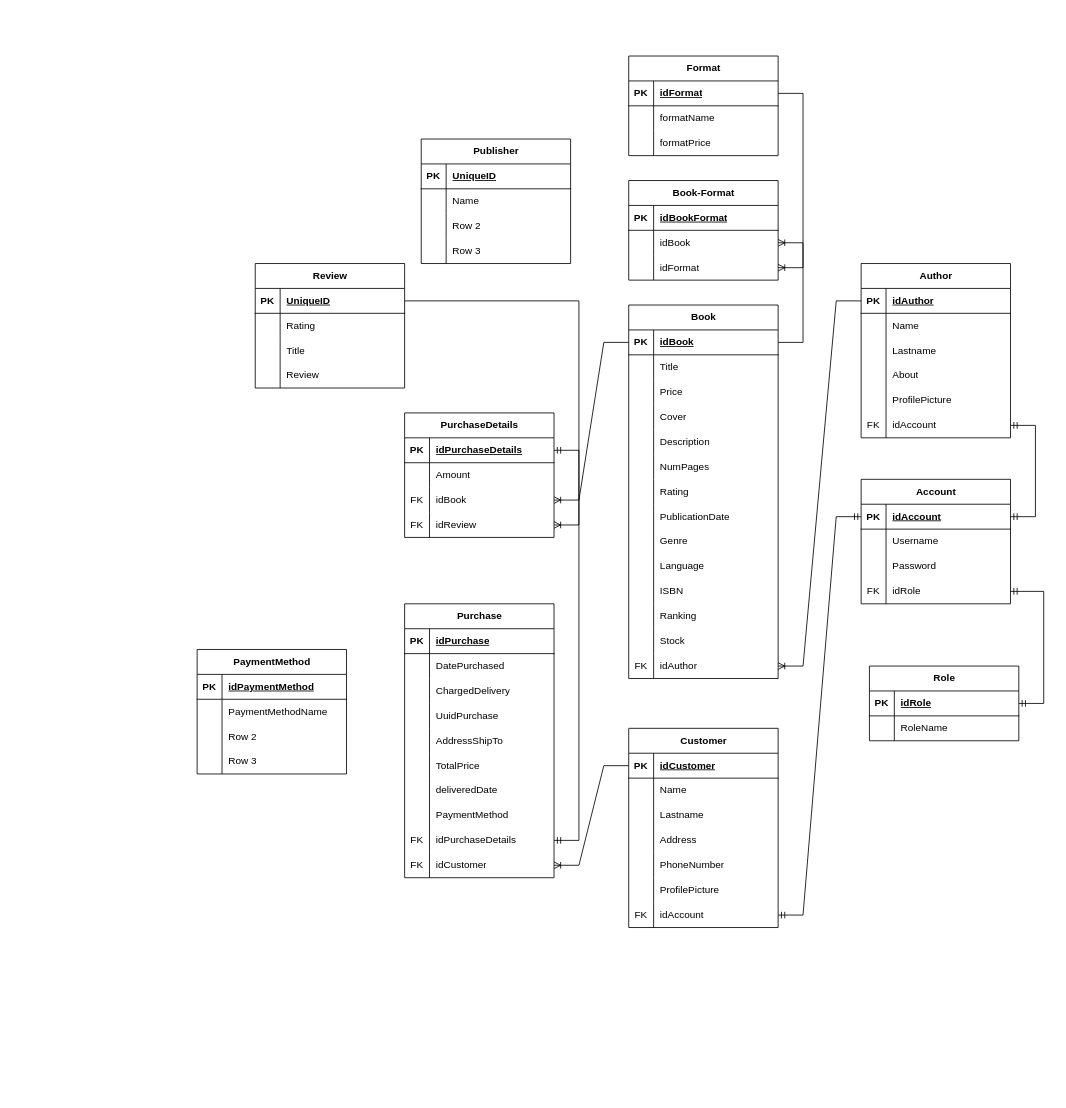
josueBarretogit/goApiBookstore keeps this draw.io diagram as docs/diagrams/bookStoreEntityRelation.drawio. Above is the earlier version. Source tidied: cells renumbered, new cells numbered last; positions are measured from the earlier drawing's top-left corner, leaving out a move shared by most shapes. Both pictures are drawn from the tidied source at 83%, with x=0, y=0 at pixel (197, 56).
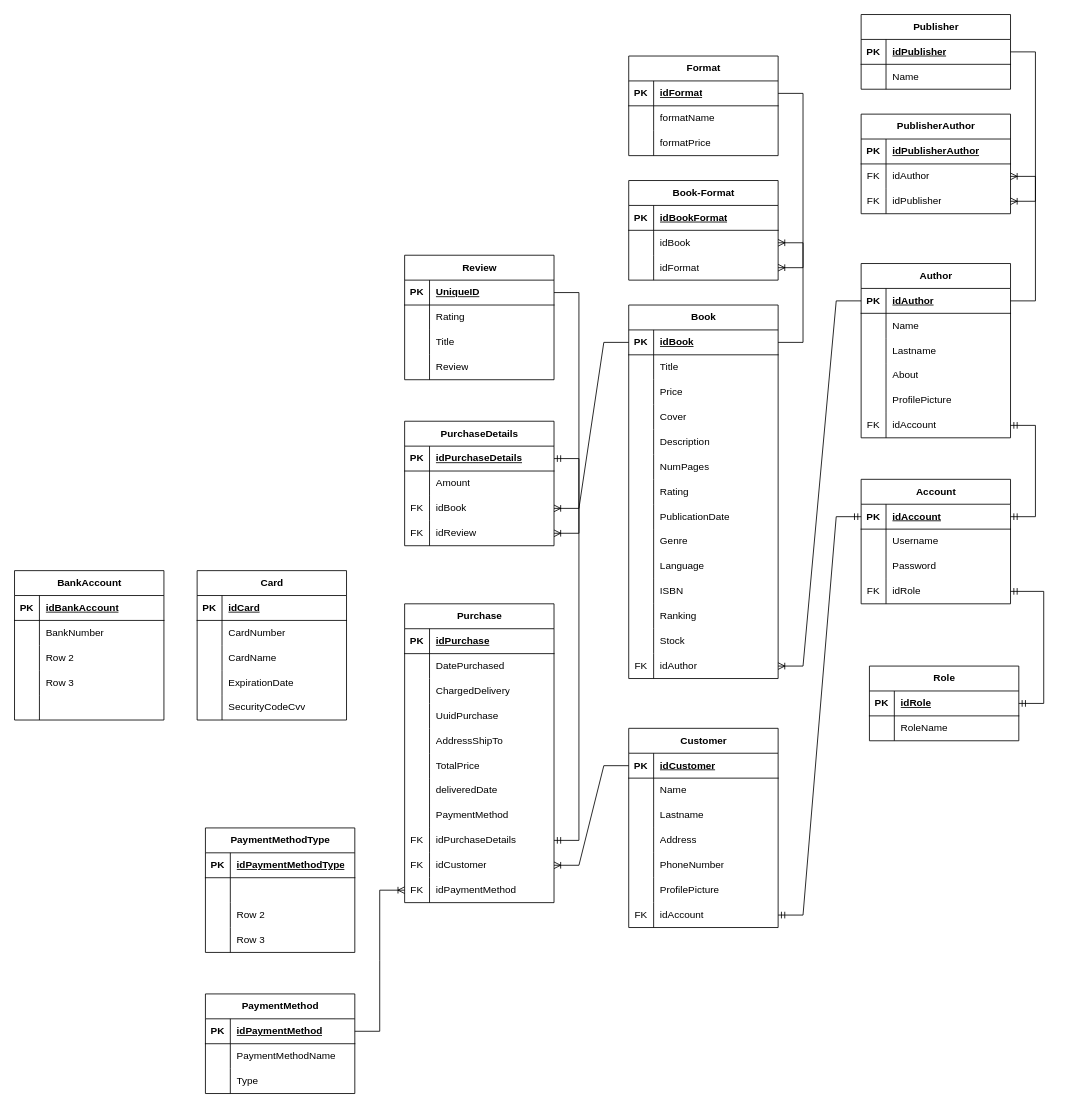
The same page after the edit.

Commit message:
Added payment method types

The change refers to these unchanged cells:
```xml
<mxCell id="59" style="shape=tableRow;horizontal=0;startSize=0;swimlaneHead=0;swimlaneBody=0;fillColor=none;points=[[0,0.5],[1,0.5]];portConstraint=eastwest;top=0;left=0;right=0;bottom=1;" parent="58" vertex="1">
  <mxGeometry y="30" width="180" height="30" as="geometry" />
</mxCell>
<mxCell id="194" style="shape=tableRow;horizontal=0;startSize=0;swimlaneHead=0;swimlaneBody=0;fillColor=none;points=[[0,0.5],[1,0.5]];portConstraint=eastwest;top=0;left=0;right=0;bottom=1;" parent="193" vertex="1">
  <mxGeometry y="30" width="180" height="30" as="geometry" />
</mxCell>
<mxCell id="200" style="shape=tableRow;horizontal=0;startSize=0;swimlaneHead=0;swimlaneBody=0;fillColor=none;top=0;left=0;right=0;bottom=0;" parent="193" vertex="1">
  <mxGeometry y="90" width="180" height="30" as="geometry" />
</mxCell>
<mxCell id="207" style="shape=tableRow;horizontal=0;startSize=0;swimlaneHead=0;swimlaneBody=0;fillColor=none;points=[[0,0.5],[1,0.5]];portConstraint=eastwest;top=0;left=0;right=0;bottom=1;" parent="206" vertex="1">
  <mxGeometry y="30" width="180" height="30" as="geometry" />
</mxCell>
```

The edit, as a diff of the source:
```diff
@@
     <mxCell id="108" value="Purchase" style="shape=table;startSize=30;childLayout=tableLayout;rowLines=0;fontStyle=1;align=center;html=1;" parent="1" vertex="1">
-      <mxGeometry x="250" y="660" width="180" height="330" as="geometry" />
+      <mxGeometry x="250" y="660" width="180" height="360" as="geometry" />
     </mxCell>
@@
+    <mxCell id="219" style="shape=tableRow;horizontal=0;startSize=0;swimlaneHead=0;swimlaneBody=0;fillColor=none;points=[[0,0.5],[1,0.5]];portConstraint=eastwest;top=0;left=0;right=0;bottom=0;" parent="108" vertex="1">
+      <mxGeometry y="330" width="180" height="30" as="geometry" />
+    </mxCell>
+    <mxCell id="220" value="FK" style="shape=partialRectangle;fillColor=none;top=0;left=0;bottom=0;right=0;overflow=hidden;whiteSpace=wrap;html=1;" parent="219" vertex="1">
+      <mxGeometry width="30" height="30" as="geometry" />
+    </mxCell>
+    <mxCell id="221" value="idPaymentMethod" style="shape=partialRectangle;fillColor=none;top=0;left=0;bottom=0;right=0;align=left;spacingLeft=6;overflow=hidden;whiteSpace=wrap;html=1;" parent="219" vertex="1">
+      <mxGeometry x="30" width="150" height="30" as="geometry" />
+    </mxCell>
     <mxCell id="139" value="Review" style="shape=table;startSize=30;childLayout=tableLayout;rowLines=0;fontStyle=1;align=center;html=1;" parent="1" vertex="1">
-      <mxGeometry x="70" y="250" width="180" height="150" as="geometry" />
+      <mxGeometry x="250" y="240" width="180" height="150" as="geometry" />
     </mxCell>
@@
     <mxCell id="152" value="PurchaseDetails" style="shape=table;startSize=30;childLayout=tableLayout;rowLines=0;fontStyle=1;align=center;html=1;" parent="1" vertex="1">
-      <mxGeometry x="250" y="430" width="180" height="150" as="geometry" />
+      <mxGeometry x="250" y="440" width="180" height="150" as="geometry" />
     </mxCell>
@@
     <mxCell id="193" value="PaymentMethod" style="shape=table;startSize=30;childLayout=tableLayout;rowLines=0;fontStyle=1;align=center;html=1;" parent="1" vertex="1">
-      <mxGeometry y="715" width="180" height="150" as="geometry" />
+      <mxGeometry x="10" y="1130" width="180" height="120" as="geometry" />
     </mxCell>
@@
-    <mxCell id="202" value="Row 2" style="shape=partialRectangle;fillColor=none;top=0;left=0;bottom=0;right=0;align=left;spacingLeft=6;overflow=hidden;whiteSpace=wrap;html=1;" parent="200" vertex="1">
+    <mxCell id="202" value="Type" style="shape=partialRectangle;fillColor=none;top=0;left=0;bottom=0;right=0;align=left;spacingLeft=6;overflow=hidden;whiteSpace=wrap;html=1;" parent="200" vertex="1">
       <mxGeometry x="30" width="150" height="30" as="geometry" />
     </mxCell>
-    <mxCell id="203" style="shape=tableRow;horizontal=0;startSize=0;swimlaneHead=0;swimlaneBody=0;fillColor=none;top=0;left=0;right=0;bottom=0;" parent="193" vertex="1">
-      <mxGeometry y="120" width="180" height="30" as="geometry" />
-    </mxCell>
-    <mxCell id="204" style="shape=partialRectangle;fillColor=none;top=0;left=0;bottom=0;right=0;overflow=hidden;whiteSpace=wrap;html=1;" parent="203" vertex="1">
-      <mxGeometry width="30" height="30" as="geometry" />
-    </mxCell>
-    <mxCell id="205" value="Row 3" style="shape=partialRectangle;fillColor=none;top=0;left=0;bottom=0;right=0;align=left;spacingLeft=6;overflow=hidden;whiteSpace=wrap;html=1;" parent="203" vertex="1">
-      <mxGeometry x="30" width="150" height="30" as="geometry" />
-    </mxCell>
     <mxCell id="206" value="Publisher" style="shape=table;startSize=30;childLayout=tableLayout;rowLines=0;fontStyle=1;align=center;html=1;" parent="1" vertex="1">
-      <mxGeometry x="270" y="100" width="180" height="150" as="geometry" />
+      <mxGeometry x="800" y="-50" width="180" height="90" as="geometry" />
     </mxCell>
@@
-    <mxCell id="209" value="UniqueID" style="shape=partialRectangle;fillColor=none;top=0;left=0;bottom=0;right=0;align=left;spacingLeft=6;fontStyle=5;overflow=hidden;whiteSpace=wrap;html=1;" parent="207" vertex="1">
+    <mxCell id="209" value="idPublisher" style="shape=partialRectangle;fillColor=none;top=0;left=0;bottom=0;right=0;align=left;spacingLeft=6;fontStyle=5;overflow=hidden;whiteSpace=wrap;html=1;" parent="207" vertex="1">
       <mxGeometry x="30" width="150" height="30" as="geometry" />
     </mxCell>
@@
-    <mxCell id="213" style="shape=tableRow;horizontal=0;startSize=0;swimlaneHead=0;swimlaneBody=0;fillColor=none;top=0;left=0;right=0;bottom=0;" parent="206" vertex="1">
-      <mxGeometry y="90" width="180" height="30" as="geometry" />
-    </mxCell>
-    <mxCell id="214" style="shape=partialRectangle;fillColor=none;top=0;left=0;bottom=0;right=0;overflow=hidden;whiteSpace=wrap;html=1;" parent="213" vertex="1">
-      <mxGeometry width="30" height="30" as="geometry" />
-    </mxCell>
-    <mxCell id="215" value="Row 2" style="shape=partialRectangle;fillColor=none;top=0;left=0;bottom=0;right=0;align=left;spacingLeft=6;overflow=hidden;whiteSpace=wrap;html=1;" parent="213" vertex="1">
-      <mxGeometry x="30" width="150" height="30" as="geometry" />
-    </mxCell>
-    <mxCell id="216" style="shape=tableRow;horizontal=0;startSize=0;swimlaneHead=0;swimlaneBody=0;fillColor=none;top=0;left=0;right=0;bottom=0;" parent="206" vertex="1">
-      <mxGeometry y="120" width="180" height="30" as="geometry" />
-    </mxCell>
-    <mxCell id="217" style="shape=partialRectangle;fillColor=none;top=0;left=0;bottom=0;right=0;overflow=hidden;whiteSpace=wrap;html=1;" parent="216" vertex="1">
-      <mxGeometry width="30" height="30" as="geometry" />
-    </mxCell>
-    <mxCell id="218" value="Row 3" style="shape=partialRectangle;fillColor=none;top=0;left=0;bottom=0;right=0;align=left;spacingLeft=6;overflow=hidden;whiteSpace=wrap;html=1;" parent="216" vertex="1">
-      <mxGeometry x="30" width="150" height="30" as="geometry" />
-    </mxCell>
+    <mxCell id="222" value="PublisherAuthor" style="shape=table;startSize=30;childLayout=tableLayout;rowLines=0;fontStyle=1;align=center;html=1;" parent="1" vertex="1">
+      <mxGeometry x="800" y="70" width="180" height="120" as="geometry" />
+    </mxCell>
+    <mxCell id="223" style="shape=tableRow;horizontal=0;startSize=0;swimlaneHead=0;swimlaneBody=0;fillColor=none;top=0;left=0;right=0;bottom=1;" parent="222" vertex="1">
+      <mxGeometry y="30" width="180" height="30" as="geometry" />
+    </mxCell>
+    <mxCell id="224" value="PK" style="shape=partialRectangle;fillColor=none;top=0;left=0;bottom=0;right=0;fontStyle=1;overflow=hidden;whiteSpace=wrap;html=1;" parent="223" vertex="1">
+      <mxGeometry width="30" height="30" as="geometry" />
+    </mxCell>
+    <mxCell id="225" value="idPublisherAuthor" style="shape=partialRectangle;fillColor=none;top=0;left=0;bottom=0;right=0;align=left;spacingLeft=6;fontStyle=5;overflow=hidden;whiteSpace=wrap;html=1;" parent="223" vertex="1">
+      <mxGeometry x="30" width="150" height="30" as="geometry" />
+    </mxCell>
+    <mxCell id="226" style="shape=tableRow;horizontal=0;startSize=0;swimlaneHead=0;swimlaneBody=0;fillColor=none;points=[[0,0.5],[1,0.5]];portConstraint=eastwest;top=0;left=0;right=0;bottom=0;" parent="222" vertex="1">
+      <mxGeometry y="60" width="180" height="30" as="geometry" />
+    </mxCell>
+    <mxCell id="227" value="FK" style="shape=partialRectangle;fillColor=none;top=0;left=0;bottom=0;right=0;overflow=hidden;whiteSpace=wrap;html=1;" parent="226" vertex="1">
+      <mxGeometry width="30" height="30" as="geometry" />
+    </mxCell>
+    <mxCell id="228" value="idAuthor" style="shape=partialRectangle;fillColor=none;top=0;left=0;bottom=0;right=0;align=left;spacingLeft=6;overflow=hidden;whiteSpace=wrap;html=1;" parent="226" vertex="1">
+      <mxGeometry x="30" width="150" height="30" as="geometry" />
+    </mxCell>
+    <mxCell id="229" style="shape=tableRow;horizontal=0;startSize=0;swimlaneHead=0;swimlaneBody=0;fillColor=none;points=[[0,0.5],[1,0.5]];portConstraint=eastwest;top=0;left=0;right=0;bottom=0;" parent="222" vertex="1">
+      <mxGeometry y="90" width="180" height="30" as="geometry" />
+    </mxCell>
+    <mxCell id="230" value="FK" style="shape=partialRectangle;fillColor=none;top=0;left=0;bottom=0;right=0;overflow=hidden;whiteSpace=wrap;html=1;" parent="229" vertex="1">
+      <mxGeometry width="30" height="30" as="geometry" />
+    </mxCell>
+    <mxCell id="231" value="idPublisher" style="shape=partialRectangle;fillColor=none;top=0;left=0;bottom=0;right=0;align=left;spacingLeft=6;overflow=hidden;whiteSpace=wrap;html=1;" parent="229" vertex="1">
+      <mxGeometry x="30" width="150" height="30" as="geometry" />
+    </mxCell>
+    <mxCell id="232" style="edgeStyle=entityRelationEdgeStyle;fontSize=12;html=1;endArrow=ERoneToMany;rounded=0;" parent="1" edge="1" source="59" target="226">
+      <mxGeometry relative="1" as="geometry" />
+    </mxCell>
+    <mxCell id="233" style="edgeStyle=entityRelationEdgeStyle;fontSize=12;html=1;endArrow=ERoneToMany;rounded=0;" parent="1" edge="1" source="207" target="229">
+      <mxGeometry relative="1" as="geometry">
+        <Array as="points">
+          <mxPoint x="1130" y="55" />
+          <mxPoint x="1230" y="75" />
+        </Array>
+      </mxGeometry>
+    </mxCell>
+    <mxCell id="234" style="edgeStyle=entityRelationEdgeStyle;fontSize=12;html=1;endArrow=ERoneToMany;rounded=0;" parent="1" edge="1" source="194" target="219">
+      <mxGeometry relative="1" as="geometry" />
+    </mxCell>
+    <mxCell id="235" value="Card" style="shape=table;startSize=30;childLayout=tableLayout;rowLines=0;fontStyle=1;align=center;html=1;" parent="1" vertex="1">
+      <mxGeometry y="620" width="180" height="180" as="geometry" />
+    </mxCell>
+    <mxCell id="236" style="shape=tableRow;horizontal=0;startSize=0;swimlaneHead=0;swimlaneBody=0;fillColor=none;top=0;left=0;right=0;bottom=1;" parent="235" vertex="1">
+      <mxGeometry y="30" width="180" height="30" as="geometry" />
+    </mxCell>
+    <mxCell id="237" value="PK" style="shape=partialRectangle;fillColor=none;top=0;left=0;bottom=0;right=0;fontStyle=1;overflow=hidden;whiteSpace=wrap;html=1;" parent="236" vertex="1">
+      <mxGeometry width="30" height="30" as="geometry" />
+    </mxCell>
+    <mxCell id="238" value="idCard" style="shape=partialRectangle;fillColor=none;top=0;left=0;bottom=0;right=0;align=left;spacingLeft=6;fontStyle=5;overflow=hidden;whiteSpace=wrap;html=1;" parent="236" vertex="1">
+      <mxGeometry x="30" width="150" height="30" as="geometry" />
+    </mxCell>
+    <mxCell id="239" style="shape=tableRow;horizontal=0;startSize=0;swimlaneHead=0;swimlaneBody=0;fillColor=none;top=0;left=0;right=0;bottom=0;" parent="235" vertex="1">
+      <mxGeometry y="60" width="180" height="30" as="geometry" />
+    </mxCell>
+    <mxCell id="240" style="shape=partialRectangle;fillColor=none;top=0;left=0;bottom=0;right=0;overflow=hidden;whiteSpace=wrap;html=1;" parent="239" vertex="1">
+      <mxGeometry width="30" height="30" as="geometry" />
+    </mxCell>
+    <mxCell id="241" value="CardNumber" style="shape=partialRectangle;fillColor=none;top=0;left=0;bottom=0;right=0;align=left;spacingLeft=6;overflow=hidden;whiteSpace=wrap;html=1;" parent="239" vertex="1">
+      <mxGeometry x="30" width="150" height="30" as="geometry" />
+    </mxCell>
+    <mxCell id="242" style="shape=tableRow;horizontal=0;startSize=0;swimlaneHead=0;swimlaneBody=0;fillColor=none;top=0;left=0;right=0;bottom=0;" parent="235" vertex="1">
+      <mxGeometry y="90" width="180" height="30" as="geometry" />
+    </mxCell>
+    <mxCell id="243" style="shape=partialRectangle;fillColor=none;top=0;left=0;bottom=0;right=0;overflow=hidden;whiteSpace=wrap;html=1;" parent="242" vertex="1">
+      <mxGeometry width="30" height="30" as="geometry" />
+    </mxCell>
+    <mxCell id="244" value="CardName" style="shape=partialRectangle;fillColor=none;top=0;left=0;bottom=0;right=0;align=left;spacingLeft=6;overflow=hidden;whiteSpace=wrap;html=1;" parent="242" vertex="1">
+      <mxGeometry x="30" width="150" height="30" as="geometry" />
+    </mxCell>
+    <mxCell id="245" style="shape=tableRow;horizontal=0;startSize=0;swimlaneHead=0;swimlaneBody=0;fillColor=none;top=0;left=0;right=0;bottom=0;" parent="235" vertex="1">
+      <mxGeometry y="120" width="180" height="30" as="geometry" />
+    </mxCell>
+    <mxCell id="246" style="shape=partialRectangle;fillColor=none;top=0;left=0;bottom=0;right=0;overflow=hidden;whiteSpace=wrap;html=1;" parent="245" vertex="1">
+      <mxGeometry width="30" height="30" as="geometry" />
+    </mxCell>
+    <mxCell id="247" value="ExpirationDate" style="shape=partialRectangle;fillColor=none;top=0;left=0;bottom=0;right=0;align=left;spacingLeft=6;overflow=hidden;whiteSpace=wrap;html=1;" parent="245" vertex="1">
+      <mxGeometry x="30" width="150" height="30" as="geometry" />
+    </mxCell>
+    <mxCell id="248" style="shape=tableRow;horizontal=0;startSize=0;swimlaneHead=0;swimlaneBody=0;fillColor=none;top=0;left=0;right=0;bottom=0;" parent="235" vertex="1">
+      <mxGeometry y="150" width="180" height="30" as="geometry" />
+    </mxCell>
+    <mxCell id="249" style="shape=partialRectangle;fillColor=none;top=0;left=0;bottom=0;right=0;overflow=hidden;whiteSpace=wrap;html=1;" parent="248" vertex="1">
+      <mxGeometry width="30" height="30" as="geometry" />
+    </mxCell>
+    <mxCell id="250" value="SecurityCodeCvv" style="shape=partialRectangle;fillColor=none;top=0;left=0;bottom=0;right=0;align=left;spacingLeft=6;overflow=hidden;whiteSpace=wrap;html=1;" parent="248" vertex="1">
+      <mxGeometry x="30" width="150" height="30" as="geometry" />
+    </mxCell>
+    <mxCell id="251" value="BankAccount" style="shape=table;startSize=30;childLayout=tableLayout;rowLines=0;fontStyle=1;align=center;html=1;" parent="1" vertex="1">
+      <mxGeometry x="-220" y="620" width="180" height="180" as="geometry" />
+    </mxCell>
+    <mxCell id="252" style="shape=tableRow;horizontal=0;startSize=0;swimlaneHead=0;swimlaneBody=0;fillColor=none;top=0;left=0;right=0;bottom=1;" parent="251" vertex="1">
+      <mxGeometry y="30" width="180" height="30" as="geometry" />
+    </mxCell>
+    <mxCell id="253" value="PK" style="shape=partialRectangle;fillColor=none;top=0;left=0;bottom=0;right=0;fontStyle=1;overflow=hidden;whiteSpace=wrap;html=1;" parent="252" vertex="1">
+      <mxGeometry width="30" height="30" as="geometry" />
+    </mxCell>
+    <mxCell id="254" value="idBankAccount" style="shape=partialRectangle;fillColor=none;top=0;left=0;bottom=0;right=0;align=left;spacingLeft=6;fontStyle=5;overflow=hidden;whiteSpace=wrap;html=1;" parent="252" vertex="1">
+      <mxGeometry x="30" width="150" height="30" as="geometry" />
+    </mxCell>
+    <mxCell id="255" style="shape=tableRow;horizontal=0;startSize=0;swimlaneHead=0;swimlaneBody=0;fillColor=none;top=0;left=0;right=0;bottom=0;" parent="251" vertex="1">
+      <mxGeometry y="60" width="180" height="30" as="geometry" />
+    </mxCell>
+    <mxCell id="256" style="shape=partialRectangle;fillColor=none;top=0;left=0;bottom=0;right=0;overflow=hidden;whiteSpace=wrap;html=1;" parent="255" vertex="1">
+      <mxGeometry width="30" height="30" as="geometry" />
+    </mxCell>
+    <mxCell id="257" value="BankNumber" style="shape=partialRectangle;fillColor=none;top=0;left=0;bottom=0;right=0;align=left;spacingLeft=6;overflow=hidden;whiteSpace=wrap;html=1;" parent="255" vertex="1">
+      <mxGeometry x="30" width="150" height="30" as="geometry" />
+    </mxCell>
+    <mxCell id="258" style="shape=tableRow;horizontal=0;startSize=0;swimlaneHead=0;swimlaneBody=0;fillColor=none;top=0;left=0;right=0;bottom=0;" parent="251" vertex="1">
+      <mxGeometry y="90" width="180" height="30" as="geometry" />
+    </mxCell>
+    <mxCell id="259" style="shape=partialRectangle;fillColor=none;top=0;left=0;bottom=0;right=0;overflow=hidden;whiteSpace=wrap;html=1;" parent="258" vertex="1">
+      <mxGeometry width="30" height="30" as="geometry" />
+    </mxCell>
+    <mxCell id="260" value="Row 2" style="shape=partialRectangle;fillColor=none;top=0;left=0;bottom=0;right=0;align=left;spacingLeft=6;overflow=hidden;whiteSpace=wrap;html=1;" parent="258" vertex="1">
+      <mxGeometry x="30" width="150" height="30" as="geometry" />
+    </mxCell>
+    <mxCell id="261" style="shape=tableRow;horizontal=0;startSize=0;swimlaneHead=0;swimlaneBody=0;fillColor=none;top=0;left=0;right=0;bottom=0;" parent="251" vertex="1">
+      <mxGeometry y="120" width="180" height="30" as="geometry" />
+    </mxCell>
+    <mxCell id="262" style="shape=partialRectangle;fillColor=none;top=0;left=0;bottom=0;right=0;overflow=hidden;whiteSpace=wrap;html=1;" parent="261" vertex="1">
+      <mxGeometry width="30" height="30" as="geometry" />
+    </mxCell>
+    <mxCell id="263" value="Row 3" style="shape=partialRectangle;fillColor=none;top=0;left=0;bottom=0;right=0;align=left;spacingLeft=6;overflow=hidden;whiteSpace=wrap;html=1;" parent="261" vertex="1">
+      <mxGeometry x="30" width="150" height="30" as="geometry" />
+    </mxCell>
+    <mxCell id="264" style="shape=tableRow;horizontal=0;startSize=0;swimlaneHead=0;swimlaneBody=0;fillColor=none;top=0;left=0;right=0;bottom=0;" parent="251" vertex="1">
+      <mxGeometry y="150" width="180" height="30" as="geometry" />
+    </mxCell>
+    <mxCell id="265" style="shape=partialRectangle;fillColor=none;top=0;left=0;bottom=0;right=0;overflow=hidden;whiteSpace=wrap;html=1;" parent="264" vertex="1">
+      <mxGeometry width="30" height="30" as="geometry" />
+    </mxCell>
+    <mxCell id="266" style="shape=partialRectangle;fillColor=none;top=0;left=0;bottom=0;right=0;align=left;spacingLeft=6;overflow=hidden;whiteSpace=wrap;html=1;" parent="264" vertex="1">
+      <mxGeometry x="30" width="150" height="30" as="geometry" />
+    </mxCell>
+    <mxCell id="267" value="PaymentMethodType" style="shape=table;startSize=30;childLayout=tableLayout;rowLines=0;fontStyle=1;align=center;html=1;" parent="1" vertex="1">
+      <mxGeometry x="10" y="930" width="180" height="150" as="geometry" />
+    </mxCell>
+    <mxCell id="268" style="shape=tableRow;horizontal=0;startSize=0;swimlaneHead=0;swimlaneBody=0;fillColor=none;top=0;left=0;right=0;bottom=1;" parent="267" vertex="1">
+      <mxGeometry y="30" width="180" height="30" as="geometry" />
+    </mxCell>
+    <mxCell id="269" value="PK" style="shape=partialRectangle;fillColor=none;top=0;left=0;bottom=0;right=0;fontStyle=1;overflow=hidden;whiteSpace=wrap;html=1;" parent="268" vertex="1">
+      <mxGeometry width="30" height="30" as="geometry" />
+    </mxCell>
+    <mxCell id="270" value="idPaymentMethodType" style="shape=partialRectangle;fillColor=none;top=0;left=0;bottom=0;right=0;align=left;spacingLeft=6;fontStyle=5;overflow=hidden;whiteSpace=wrap;html=1;" parent="268" vertex="1">
+      <mxGeometry x="30" width="150" height="30" as="geometry" />
+    </mxCell>
+    <mxCell id="271" style="shape=tableRow;horizontal=0;startSize=0;swimlaneHead=0;swimlaneBody=0;fillColor=none;top=0;left=0;right=0;bottom=0;" parent="267" vertex="1">
+      <mxGeometry y="60" width="180" height="30" as="geometry" />
+    </mxCell>
+    <mxCell id="272" style="shape=partialRectangle;fillColor=none;top=0;left=0;bottom=0;right=0;overflow=hidden;whiteSpace=wrap;html=1;" parent="271" vertex="1">
+      <mxGeometry width="30" height="30" as="geometry" />
+    </mxCell>
+    <mxCell id="273" style="shape=partialRectangle;fillColor=none;top=0;left=0;bottom=0;right=0;align=left;spacingLeft=6;overflow=hidden;whiteSpace=wrap;html=1;" parent="271" vertex="1">
+      <mxGeometry x="30" width="150" height="30" as="geometry" />
+    </mxCell>
+    <mxCell id="274" style="shape=tableRow;horizontal=0;startSize=0;swimlaneHead=0;swimlaneBody=0;fillColor=none;top=0;left=0;right=0;bottom=0;" parent="267" vertex="1">
+      <mxGeometry y="90" width="180" height="30" as="geometry" />
+    </mxCell>
+    <mxCell id="275" style="shape=partialRectangle;fillColor=none;top=0;left=0;bottom=0;right=0;overflow=hidden;whiteSpace=wrap;html=1;" parent="274" vertex="1">
+      <mxGeometry width="30" height="30" as="geometry" />
+    </mxCell>
+    <mxCell id="276" value="Row 2" style="shape=partialRectangle;fillColor=none;top=0;left=0;bottom=0;right=0;align=left;spacingLeft=6;overflow=hidden;whiteSpace=wrap;html=1;" parent="274" vertex="1">
+      <mxGeometry x="30" width="150" height="30" as="geometry" />
+    </mxCell>
+    <mxCell id="277" style="shape=tableRow;horizontal=0;startSize=0;swimlaneHead=0;swimlaneBody=0;fillColor=none;top=0;left=0;right=0;bottom=0;" parent="267" vertex="1">
+      <mxGeometry y="120" width="180" height="30" as="geometry" />
+    </mxCell>
+    <mxCell id="278" style="shape=partialRectangle;fillColor=none;top=0;left=0;bottom=0;right=0;overflow=hidden;whiteSpace=wrap;html=1;" parent="277" vertex="1">
+      <mxGeometry width="30" height="30" as="geometry" />
+    </mxCell>
+    <mxCell id="279" value="Row 3" style="shape=partialRectangle;fillColor=none;top=0;left=0;bottom=0;right=0;align=left;spacingLeft=6;overflow=hidden;whiteSpace=wrap;html=1;" parent="277" vertex="1">
+      <mxGeometry x="30" width="150" height="30" as="geometry" />
+    </mxCell>
```
